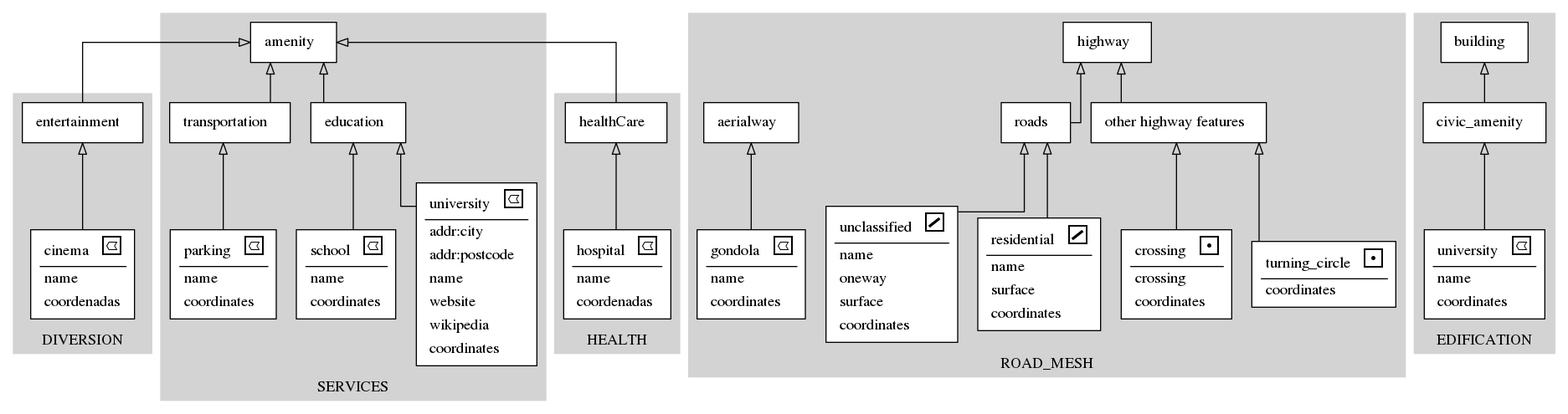
Earlier version of the Graphviz export schema.gv.png (vinisperandio/OSM2Diagram_optmizated). Its source is kept beside it as schema.gv.
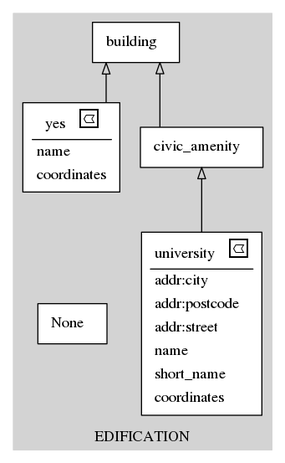
Later version of the same file.

Diff of the diagram source:
```diff
@@ -1,35 +1,10 @@
 digraph structs {
 	node [shape=box]
-	subgraph cluster_DIVERSION {
+	subgraph cluster_EDIFICATION {
 		node [color=black style=filled]
 		color=lightgrey style=filled
-		label=DIVERSION
+		label=EDIFICATION
 		0[style = "filled, bold" penwidth = "1" fillcolor="white" label=<
-			<TABLE color="black" border="0">
-			 <TR>
-				<TD align="center"><font color="black">cinema</font>
-				<font FACE="sigmoda" POINT-SIZE="20.0"> e</font></TD>
-			</TR>
-			<hr/>
-			<TR>
-				<TD align="left">name</TD>
-			 </TR>
-			<TR>
-				<TD align="left">coordenadas</TD>
-			 </TR>
-			</TABLE>>]
-		1[style = "filled, bold" penwidth = "1" fillcolor="white" label=<
-			<TABLE color="black" border="0">
-			 <TR>
-				<TD align="center"><font color="black">entertainment</font>  </TD>
-			</TR>
-			</TABLE>>]
-	}
-	subgraph cluster_SERVICES {
-		node [color=black style=filled]
-		color=lightgrey style=filled
-		label=SERVICES
-		2[style = "filled, bold" penwidth = "1" fillcolor="white" label=<
 			<TABLE color="black" border="0">
 			 <TR>
 				<TD align="center"><font color="black">university</font>
@@ -43,28 +18,28 @@
 				<TD align="left">addr:postcode</TD>
 			 </TR>
 			<TR>
+				<TD align="left">addr:street</TD>
+			 </TR>
+			<TR>
 				<TD align="left">name</TD>
 			 </TR>
 			<TR>
-				<TD align="left">website</TD>
-			 </TR>
-			<TR>
-				<TD align="left">wikipedia</TD>
+				<TD align="left">short_name</TD>
 			 </TR>
 			<TR>
 				<TD align="left">coordinates</TD>
 			 </TR>
 			</TABLE>>]
-		3[style = "filled, bold" penwidth = "1" fillcolor="white" label=<
+		1[style = "filled, bold" penwidth = "1" fillcolor="white" label=<
 			<TABLE color="black" border="0">
 			 <TR>
-				<TD align="center"><font color="black">amenity</font>  </TD>
+				<TD align="center"><font color="black">building</font>  </TD>
 			</TR>
 			</TABLE>>]
-		4[style = "filled, bold" penwidth = "1" fillcolor="white" label=<
+		2[style = "filled, bold" penwidth = "1" fillcolor="white" label=<
 			<TABLE color="black" border="0">
 			 <TR>
-				<TD align="center"><font color="black">school</font>
+				<TD align="center"><font color="black">yes</font>
 				<font FACE="sigmoda" POINT-SIZE="20.0"> e</font></TD>
 			</TR>
 			<hr/>
@@ -75,212 +50,22 @@
 				<TD align="left">coordinates</TD>
 			 </TR>
 			</TABLE>>]
-		5[style = "filled, bold" penwidth = "1" fillcolor="white" label=<
-			<TABLE color="black" border="0">
-			 <TR>
-				<TD align="center"><font color="black">parking</font>
-				<font FACE="sigmoda" POINT-SIZE="20.0"> e</font></TD>
-			</TR>
-			<hr/>
-			<TR>
-				<TD align="left">name</TD>
-			 </TR>
-			<TR>
-				<TD align="left">coordinates</TD>
-			 </TR>
-			</TABLE>>]
-		6[style = "filled, bold" penwidth = "1" fillcolor="white" label=<
-			<TABLE color="black" border="0">
-			 <TR>
-				<TD align="center"><font color="black">education</font>  </TD>
-			</TR>
-			</TABLE>>]
-		7[style = "filled, bold" penwidth = "1" fillcolor="white" label=<
-			<TABLE color="black" border="0">
-			 <TR>
-				<TD align="center"><font color="black">transportation</font>  </TD>
-			</TR>
-			</TABLE>>]
-	}
-	subgraph cluster_HEALTH {
-		node [color=black style=filled]
-		color=lightgrey style=filled
-		label=HEALTH
-		8[style = "filled, bold" penwidth = "1" fillcolor="white" label=<
-			<TABLE color="black" border="0">
-			 <TR>
-				<TD align="center"><font color="black">hospital</font>
-				<font FACE="sigmoda" POINT-SIZE="20.0"> e</font></TD>
-			</TR>
-			<hr/>
-			<TR>
-				<TD align="left">name</TD>
-			 </TR>
-			<TR>
-				<TD align="left">coordenadas</TD>
-			 </TR>
-			</TABLE>>]
-		9[style = "filled, bold" penwidth = "1" fillcolor="white" label=<
-			<TABLE color="black" border="0">
-			 <TR>
-				<TD align="center"><font color="black">healthCare</font>  </TD>
-			</TR>
-			</TABLE>>]
-	}
-	subgraph cluster_ROAD_MESH {
-		node [color=black style=filled]
-		color=lightgrey style=filled
-		label=ROAD_MESH
-		10[style = "filled, bold" penwidth = "1" fillcolor="white" label=<
-			<TABLE color="black" border="0">
-			 <TR>
-				<TD align="center"><font color="black">turning_circle</font>
-				<font FACE="sigmoda" POINT-SIZE="20.0"> b</font></TD>
-			</TR>
-			<hr/>
-			<TR>
-				<TD align="left">coordinates</TD>
-			 </TR>
-			</TABLE>>]
-		11[style = "filled, bold" penwidth = "1" fillcolor="white" label=<
-			<TABLE color="black" border="0">
-			 <TR>
-				<TD align="center"><font color="black">highway</font>  </TD>
-			</TR>
-			</TABLE>>]
-		12[style = "filled, bold" penwidth = "1" fillcolor="white" label=<
-			<TABLE color="black" border="0">
-			 <TR>
-				<TD align="center"><font color="black">crossing</font>
-				<font FACE="sigmoda" POINT-SIZE="20.0"> b</font></TD>
-			</TR>
-			<hr/>
-			<TR>
-				<TD align="left">crossing</TD>
-			 </TR>
-			<TR>
-				<TD align="left">coordinates</TD>
-			 </TR>
-			</TABLE>>]
-		13[style = "filled, bold" penwidth = "1" fillcolor="white" label=<
-			<TABLE color="black" border="0">
-			 <TR>
-				<TD align="center"><font color="black">residential</font>
-				<font FACE="sigmoda" POINT-SIZE="20.0"> w</font></TD>
-			</TR>
-			<hr/>
-			<TR>
-				<TD align="left">name</TD>
-			 </TR>
-			<TR>
-				<TD align="left">surface</TD>
-			 </TR>
-			<TR>
-				<TD align="left">coordinates</TD>
-			 </TR>
-			</TABLE>>]
-		14[style = "filled, bold" penwidth = "1" fillcolor="white" label=<
-			<TABLE color="black" border="0">
-			 <TR>
-				<TD align="center"><font color="black">unclassified</font>
-				<font FACE="sigmoda" POINT-SIZE="20.0"> w</font></TD>
-			</TR>
-			<hr/>
-			<TR>
-				<TD align="left">name</TD>
-			 </TR>
-			<TR>
-				<TD align="left">oneway</TD>
-			 </TR>
-			<TR>
-				<TD align="left">surface</TD>
-			 </TR>
-			<TR>
-				<TD align="left">coordinates</TD>
-			 </TR>
-			</TABLE>>]
-		15[style = "filled, bold" penwidth = "1" fillcolor="white" label=<
-			<TABLE color="black" border="0">
-			 <TR>
-				<TD align="center"><font color="black">gondola</font>
-				<font FACE="sigmoda" POINT-SIZE="20.0"> e</font></TD>
-			</TR>
-			<hr/>
-			<TR>
-				<TD align="left">name</TD>
-			 </TR>
-			<TR>
-				<TD align="left">coordinates</TD>
-			 </TR>
-			</TABLE>>]
-		16[style = "filled, bold" penwidth = "1" fillcolor="white" label=<
-			<TABLE color="black" border="0">
-			 <TR>
-				<TD align="center"><font color="black">aerialway</font>  </TD>
-			</TR>
-			</TABLE>>]
-		17[style = "filled, bold" penwidth = "1" fillcolor="white" label=<
-			<TABLE color="black" border="0">
-			 <TR>
-				<TD align="center"><font color="black">other highway features</font>  </TD>
-			</TR>
-			</TABLE>>]
-		18[style = "filled, bold" penwidth = "1" fillcolor="white" label=<
-			<TABLE color="black" border="0">
-			 <TR>
-				<TD align="center"><font color="black">roads</font>  </TD>
-			</TR>
-			</TABLE>>]
-	}
-	subgraph cluster_EDIFICATION {
-		node [color=black style=filled]
-		color=lightgrey style=filled
-		label=EDIFICATION
-		19[style = "filled, bold" penwidth = "1" fillcolor="white" label=<
-			<TABLE color="black" border="0">
-			 <TR>
-				<TD align="center"><font color="black">university</font>
-				<font FACE="sigmoda" POINT-SIZE="20.0"> e</font></TD>
-			</TR>
-			<hr/>
-			<TR>
-				<TD align="left">name</TD>
-			 </TR>
-			<TR>
-				<TD align="left">coordinates</TD>
-			 </TR>
-			</TABLE>>]
-		20[style = "filled, bold" penwidth = "1" fillcolor="white" label=<
-			<TABLE color="black" border="0">
-			 <TR>
-				<TD align="center"><font color="black">building</font>  </TD>
-			</TR>
-			</TABLE>>]
-		21[style = "filled, bold" penwidth = "1" fillcolor="white" label=<
+		3[style = "filled, bold" penwidth = "1" fillcolor="white" label=<
 			<TABLE color="black" border="0">
 			 <TR>
 				<TD align="center"><font color="black">civic_amenity</font>  </TD>
 			</TR>
 			</TABLE>>]
+		4[style = "filled, bold" penwidth = "1" fillcolor="white" label=<
+			<TABLE color="black" border="0">
+			 <TR>
+				<TD align="center"><font color="black">None</font>  </TD>
+			</TR>
+			</TABLE>>]
 	}
-		0 -> 1[arrowhead=onormal]
-		1 -> 3[arrowhead=onormal]
-		2 -> 6[arrowhead=onormal]
-		4 -> 6[arrowhead=onormal]
-		5 -> 7[arrowhead=onormal]
-		6 -> 3[arrowhead=onormal]
-		7 -> 3[arrowhead=onormal]
-		8 -> 9[arrowhead=onormal]
-		9 -> 3[arrowhead=onormal]
-		10 -> 17[arrowhead=onormal]
-		12 -> 17[arrowhead=onormal]
-		13 -> 18[arrowhead=onormal]
-		14 -> 18[arrowhead=onormal]
-		15 -> 16[arrowhead=onormal]
-		17 -> 11[arrowhead=onormal]
-		18 -> 11[arrowhead=onormal]
-		19 -> 21[arrowhead=onormal]
-		21 -> 20[arrowhead=onormal]
+		0 -> 3[arrowhead=onormal]
+		2 -> 1[arrowhead=onormal]
+		3 -> 1[arrowhead=onormal]
 	rankdir=BT
 	splines=ortho
 }
```
